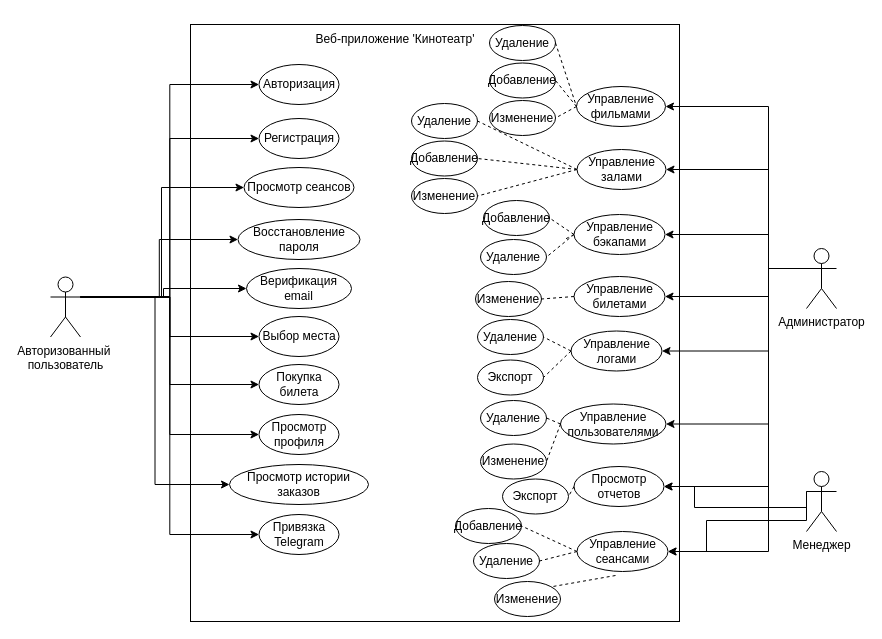
Before: Диаграммы/Диаграмма прецедентов.drawio in Klevchik1/Diplom, a draw.io diagram. Source tidied: cells renumbered, new cells numbered last; positions are measured from the earlier drawing's top-left corner, leaving out a move shared by most shapes. Both pictures are drawn from the tidied source at 100%, with x=0, y=0 at pixel (50, 24).
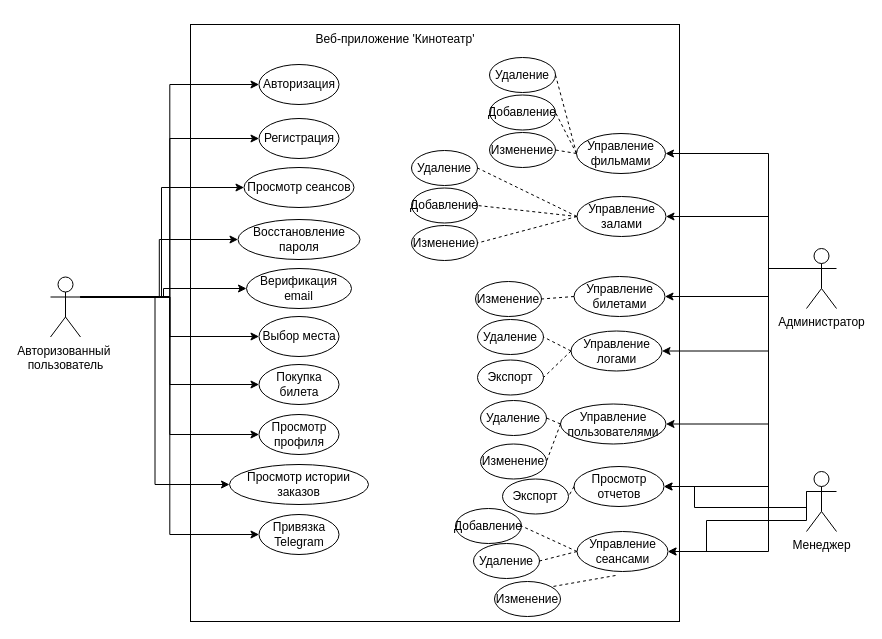
The same page after the edit.

Unchanged cells that the change refers to:
```xml
<mxCell id="23" value="Администратор" style="shape=umlActor;verticalLabelPosition=bottom;verticalAlign=top;html=1;outlineConnect=0;" parent="1" vertex="1">
  <mxGeometry x="756" y="224" width="30" height="60" as="geometry" />
</mxCell>
```

Change to the diagram source:
```diff
@@
-    <mxCell id="18" style="edgeStyle=orthogonalEdgeStyle;rounded=0;jettySize=auto;html=1;exitX=0;exitY=0.3333333333333333;exitDx=0;exitDy=0;exitPerimeter=0;entryX=1;entryY=0.5;entryDx=0;entryDy=0;" parent="1" edge="1" source="23" target="36">
-      <mxGeometry relative="1" as="geometry">
-        <Array as="points">
-          <mxPoint x="718" y="244" />
-          <mxPoint x="718" y="210" />
-        </Array>
-      </mxGeometry>
-    </mxCell>
     <mxCell id="19" style="edgeStyle=orthogonalEdgeStyle;rounded=0;jettySize=auto;html=1;entryX=1;entryY=0.5;entryDx=0;entryDy=0;exitX=0;exitY=0.3333333333333333;exitDx=0;exitDy=0;exitPerimeter=0;" parent="1" edge="1" source="23" target="35">
       <mxGeometry relative="1" as="geometry">
         <Array as="points">
           <mxPoint x="718" y="244" />
-          <mxPoint x="718" y="145" />
+          <mxPoint x="718" y="192" />
         </Array>
       </mxGeometry>
     </mxCell>
     <mxCell id="20" style="edgeStyle=orthogonalEdgeStyle;rounded=0;jettySize=auto;html=1;exitX=0;exitY=0.3333333333333333;exitDx=0;exitDy=0;exitPerimeter=0;entryX=1;entryY=0.5;entryDx=0;entryDy=0;" parent="1" edge="1" source="23" target="34">
       <mxGeometry relative="1" as="geometry">
         <Array as="points">
           <mxPoint x="718" y="244" />
-          <mxPoint x="718" y="82" />
+          <mxPoint x="718" y="129" />
         </Array>
       </mxGeometry>
     </mxCell>
@@
     <mxCell id="34" value="Управление фильмами" style="ellipse;whiteSpace=wrap;html=1;" parent="1" vertex="1">
-      <mxGeometry x="526" y="62" width="89" height="40" as="geometry" />
+      <mxGeometry x="526" y="109" width="89" height="40" as="geometry" />
     </mxCell>
     <mxCell id="35" value="Управление залами" style="ellipse;whiteSpace=wrap;html=1;" parent="1" vertex="1">
-      <mxGeometry x="526.5" y="125" width="89" height="40" as="geometry" />
+      <mxGeometry x="526.5" y="172" width="89" height="40" as="geometry" />
     </mxCell>
-    <mxCell id="36" value="Управление бэкапами" style="ellipse;whiteSpace=wrap;html=1;" parent="1" vertex="1">
-      <mxGeometry x="523.5" y="190" width="91" height="40" as="geometry" />
-    </mxCell>
@@
-    <mxCell id="52" style="edgeStyle=orthogonalEdgeStyle;rounded=0;jettySize=auto;html=1;exitX=0;exitY=0.333;entryX=1;entryY=0.5;" parent="1" edge="1" source="23" target="36" />
+    <mxCell id="52" style="edgeStyle=orthogonalEdgeStyle;rounded=0;jettySize=auto;html=1;exitX=0;exitY=0.333;entryX=1;entryY=0.5;" parent="1" edge="1" source="23" />
@@
     <mxCell id="61" value="Удаление" style="ellipse;whiteSpace=wrap;html=1;" parent="1" vertex="1">
-      <mxGeometry x="439" y="1" width="66" height="35" as="geometry" />
+      <mxGeometry x="439" y="33" width="66" height="35" as="geometry" />
     </mxCell>
     <mxCell id="62" value="Добавление" style="ellipse;whiteSpace=wrap;html=1;" parent="1" vertex="1">
-      <mxGeometry x="439" y="38.5" width="66" height="35" as="geometry" />
+      <mxGeometry x="439" y="70.5" width="66" height="35" as="geometry" />
     </mxCell>
     <mxCell id="63" value="Изменение" style="ellipse;whiteSpace=wrap;html=1;" parent="1" vertex="1">
-      <mxGeometry x="439" y="76" width="66" height="35" as="geometry" />
+      <mxGeometry x="439" y="108" width="66" height="35" as="geometry" />
     </mxCell>
@@
     <mxCell id="67" value="Удаление" style="ellipse;whiteSpace=wrap;html=1;" parent="1" vertex="1">
-      <mxGeometry x="361" y="79" width="66" height="35" as="geometry" />
+      <mxGeometry x="361" y="126" width="66" height="35" as="geometry" />
     </mxCell>
     <mxCell id="68" value="Добавление" style="ellipse;whiteSpace=wrap;html=1;" parent="1" vertex="1">
-      <mxGeometry x="361" y="116.5" width="66" height="35" as="geometry" />
+      <mxGeometry x="361" y="163.5" width="66" height="35" as="geometry" />
     </mxCell>
     <mxCell id="69" value="Изменение" style="ellipse;whiteSpace=wrap;html=1;" parent="1" vertex="1">
-      <mxGeometry x="361" y="154" width="66" height="35" as="geometry" />
+      <mxGeometry x="361" y="201" width="66" height="35" as="geometry" />
     </mxCell>
-    <mxCell id="70" value="Добавление" style="ellipse;whiteSpace=wrap;html=1;" parent="1" vertex="1">
-      <mxGeometry x="433" y="176" width="66" height="35" as="geometry" />
-    </mxCell>
-    <mxCell id="71" value="Удаление" style="ellipse;whiteSpace=wrap;html=1;" parent="1" vertex="1">
-      <mxGeometry x="430" y="215" width="66" height="35" as="geometry" />
-    </mxCell>
@@
-    <mxCell id="75" style="endArrow=none;html=1;rounded=0;entryX=1;entryY=0.5;entryDx=0;entryDy=0;exitX=0;exitY=0.5;exitDx=0;exitDy=0;dashed=1;" parent="1" edge="1" source="36" target="70">
-      <mxGeometry relative="1" as="geometry" />
-    </mxCell>
-    <mxCell id="76" style="endArrow=none;html=1;rounded=0;entryX=1;entryY=0.5;entryDx=0;entryDy=0;exitX=0;exitY=0.5;exitDx=0;exitDy=0;dashed=1;" parent="1" edge="1" source="36">
-      <mxGeometry relative="1" as="geometry">
-        <mxPoint x="514" y="215" as="targetPoint" />
-      </mxGeometry>
-    </mxCell>
-    <mxCell id="77" style="endArrow=none;html=1;rounded=0;entryX=1;entryY=0.5;entryDx=0;entryDy=0;exitX=0;exitY=0.5;exitDx=0;exitDy=0;dashed=1;" parent="1" edge="1" source="36" target="71">
-      <mxGeometry relative="1" as="geometry" />
-    </mxCell>
```
